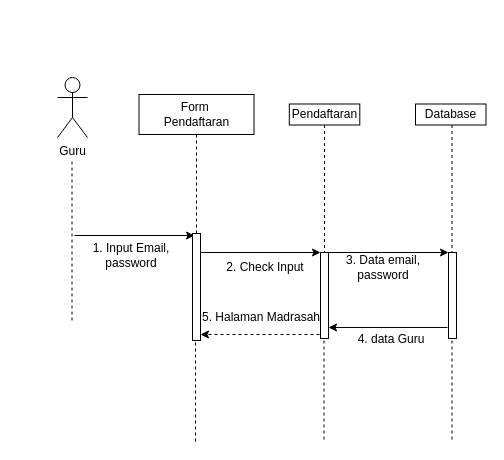
The draw.io diagram page "SQ-Guru-Login" (5 of 30) of draw.io/Proyek-3.drawio in Tugas-Proyek-Polindra/proyek-3, before the edit. Source tidied: cells renumbered, new cells numbered last; positions are measured from the earlier drawing's top-left corner, leaving out a move shared by most shapes. Both pictures are drawn from the tidied source at 100%, with x=0, y=0 at pixel (57, 77).
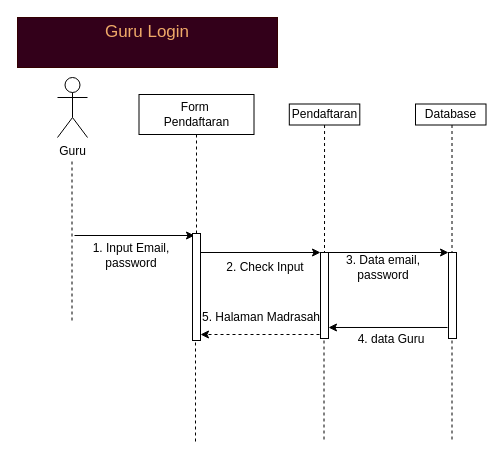
After the change.

What changed in the source:
```diff
@@
+    <mxCell id="26" value="&lt;font color=&quot;#f0aa69&quot;&gt;&lt;span style=&quot;font-size: 17px&quot;&gt;Guru Login&lt;br&gt;&lt;br&gt;&lt;/span&gt;&lt;/font&gt;" style="text;html=1;align=center;verticalAlign=middle;whiteSpace=wrap;rounded=0;fontColor=#333333;strokeColor=#330000;fillColor=#33001A;" parent="1" vertex="1">
+      <mxGeometry x="-40" y="-60" width="260" height="50" as="geometry" />
+    </mxCell>
```
